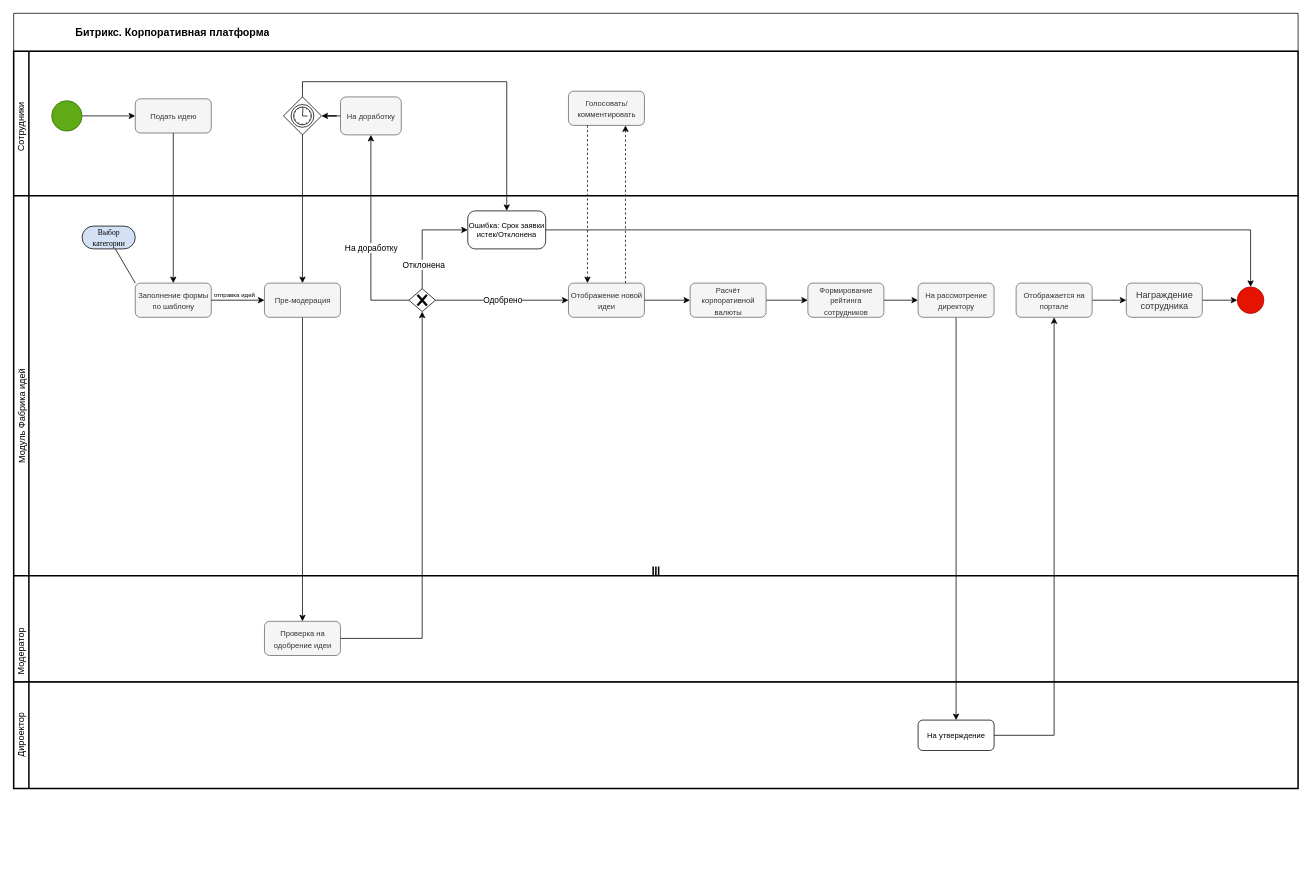
MissAzhara/hello-world keeps this draw.io diagram as page "Страница 3" (3 of 3) of Sign Up.drawio. Above is the earlier version. Source tidied: cells renumbered, new cells numbered last; positions are measured from the earlier drawing's top-left corner, leaving out a move shared by most shapes. Both pictures are drawn from the tidied source at 76%, with x=0, y=0 at pixel (-47, 13).
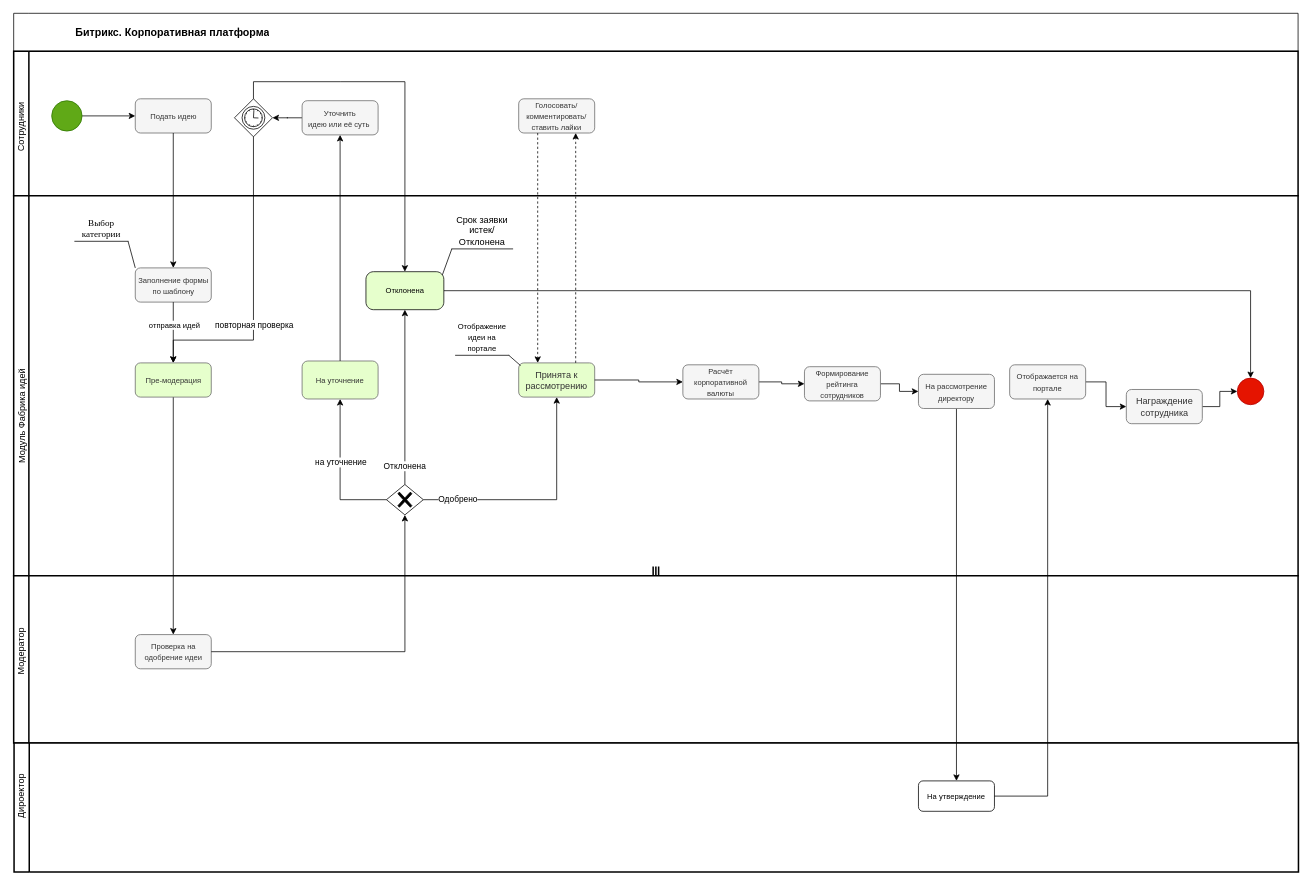
The same page after the edit.

The change refers to these unchanged cells:
```xml
<mxCell id="2" style="swimlane;html=1;startSize=20;fontStyle=0;horizontal=0;swimlaneLine=1;swimlaneFillColor=#ffffff;strokeWidth=2;whiteSpace=wrap;" parent="1" vertex="1">
  <mxGeometry x="79.5" y="50" width="1690" height="190" as="geometry" />
</mxCell>
<mxCell id="34" style="edgeStyle=orthogonalEdgeStyle;rounded=0;jettySize=auto;html=1;fontSize=8;entryX=0.5;entryY=1;entryDx=0;entryDy=0;exitX=0;exitY=0.5;exitDx=0;exitDy=0;exitPerimeter=0;" parent="1" edge="1" source="32" target="7">
  <mxGeometry relative="1" as="geometry" />
</mxCell>
```

Change to the diagram source:
```diff
@@
-    <mxCell id="7" value="&lt;span style=&quot;font-size: 10px;&quot;&gt;На доработку&lt;/span&gt;" style="rounded=1;whiteSpace=wrap;html=1;fontSize=12;glass=0;strokeWidth=1;shadow=0;fillColor=#f5f5f5;fontColor=#333333;strokeColor=#666666;" parent="2" vertex="1">
-      <mxGeometry x="430" y="60" width="80" height="50" as="geometry" />
-    </mxCell>
-    <mxCell id="8" style="points=[[0.145,0.145,0],[0.5,0,0],[0.855,0.145,0],[1,0.5,0],[0.855,0.855,0],[0.5,1,0],[0.145,0.855,0],[0,0.5,0]];shape=mxgraph.bpmn.gateway2;html=1;verticalLabelPosition=bottom;labelBackgroundColor=#ffffff;verticalAlign=top;align=center;perimeter=rhombusPerimeter;outlineConnect=0;outline=standard;symbol=timer;" parent="2" vertex="1">
-      <mxGeometry x="355" y="60" width="50" height="50" as="geometry" />
-    </mxCell>
-    <mxCell id="9" style="edgeStyle=orthogonalEdgeStyle;rounded=0;jettySize=auto;html=1;fontSize=10;exitX=0;exitY=0.5;exitDx=0;exitDy=0;" parent="2" edge="1" source="7" target="8">
-      <mxGeometry relative="1" as="geometry" />
-    </mxCell>
-    <mxCell id="10" value="&lt;font style=&quot;font-size: 10px;&quot;&gt;Голосовать/комментировать&lt;/font&gt;" style="rounded=1;whiteSpace=wrap;html=1;fontSize=12;glass=0;strokeWidth=1;shadow=0;fillColor=#f5f5f5;fontColor=#333333;strokeColor=#666666;" parent="2" vertex="1">
-      <mxGeometry x="730" y="52.5" width="100" height="45" as="geometry" />
+    <mxCell id="10" value="&lt;font style=&quot;font-size: 10px;&quot;&gt;Голосовать/комментировать/ставить лайки&lt;/font&gt;" style="rounded=1;whiteSpace=wrap;html=1;fontSize=12;glass=0;strokeWidth=1;shadow=0;fillColor=#f5f5f5;fontColor=#333333;strokeColor=#666666;" parent="2" vertex="1">
+      <mxGeometry x="664.5" y="62.5" width="100" height="45" as="geometry" />
     </mxCell>
@@
+    <mxCell id="8" style="points=[[0.145,0.145,0],[0.5,0,0],[0.855,0.145,0],[1,0.5,0],[0.855,0.855,0],[0.5,1,0],[0.145,0.855,0],[0,0.5,0]];shape=mxgraph.bpmn.gateway2;html=1;verticalLabelPosition=bottom;labelBackgroundColor=#ffffff;verticalAlign=top;align=center;perimeter=rhombusPerimeter;outlineConnect=0;outline=standard;symbol=timer;" parent="2" vertex="1">
+      <mxGeometry x="290.5" y="62.5" width="50" height="50" as="geometry" />
+    </mxCell>
+    <mxCell id="54" style="edgeStyle=orthogonalEdgeStyle;rounded=0;jettySize=auto;html=1;entryX=1;entryY=0.5;entryDx=0;entryDy=0;entryPerimeter=0;" parent="2" edge="1" source="55" target="8">
+      <mxGeometry relative="1" as="geometry" />
+    </mxCell>
+    <mxCell id="55" value="&lt;font style=&quot;font-size: 10px;&quot;&gt;Уточнить&lt;br&gt;идею или её суть&amp;nbsp;&lt;/font&gt;" style="rounded=1;whiteSpace=wrap;html=1;fontSize=12;glass=0;strokeWidth=1;shadow=0;fillColor=#f5f5f5;fontColor=#333333;strokeColor=#666666;" parent="2" vertex="1">
+      <mxGeometry x="379.5" y="65" width="100" height="45" as="geometry" />
+    </mxCell>
@@
     <mxCell id="14" style="swimlane;html=1;startSize=20;fontStyle=0;horizontal=0;swimlaneLine=1;swimlaneFillColor=#ffffff;strokeWidth=2;whiteSpace=wrap;" parent="1" vertex="1">
-      <mxGeometry x="79.5" y="740" width="1690" height="140" as="geometry" />
+      <mxGeometry x="79.5" y="740" width="1690" height="220" as="geometry" />
     </mxCell>
@@
     <mxCell id="16" value="&lt;font style=&quot;font-size: 10px;&quot;&gt;Проверка на одобрение идеи&lt;/font&gt;" style="rounded=1;whiteSpace=wrap;html=1;fontSize=12;glass=0;strokeWidth=1;shadow=0;fillColor=#f5f5f5;fontColor=#333333;strokeColor=#666666;" parent="14" vertex="1">
-      <mxGeometry x="330" y="60" width="100" height="45" as="geometry" />
+      <mxGeometry x="160" y="77.5" width="100" height="45" as="geometry" />
     </mxCell>
     <mxCell id="17" value="&lt;span style=&quot;font-size: 10px;&quot;&gt;Заполнение формы по шаблону&lt;br&gt;&lt;/span&gt;" style="rounded=1;whiteSpace=wrap;html=1;fontSize=12;glass=0;strokeWidth=1;shadow=0;fillColor=#f5f5f5;fontColor=#333333;strokeColor=#666666;" parent="1" vertex="1">
-      <mxGeometry x="239.5" y="355" width="100" height="45" as="geometry" />
+      <mxGeometry x="239.5" y="335" width="100" height="45" as="geometry" />
     </mxCell>
@@
-    <mxCell id="20" value="&lt;font style=&quot;font-size: 10px;&quot;&gt;Пре-модерация&lt;/font&gt;" style="rounded=1;whiteSpace=wrap;html=1;fontSize=12;glass=0;strokeWidth=1;shadow=0;fillColor=#f5f5f5;fontColor=#333333;strokeColor=#666666;" parent="1" vertex="1">
-      <mxGeometry x="409.5" y="355" width="100" height="45" as="geometry" />
+    <mxCell id="20" value="&lt;font style=&quot;font-size: 10px;&quot;&gt;Пре-модерация&lt;/font&gt;" style="rounded=1;whiteSpace=wrap;html=1;fontSize=12;glass=0;strokeWidth=1;shadow=0;fillColor=#E6FFCC;fontColor=#333333;strokeColor=#666666;" parent="1" vertex="1">
+      <mxGeometry x="239.5" y="460" width="100" height="45" as="geometry" />
     </mxCell>
@@
-    <mxCell id="22" value="отправка идей" style="edgeStyle=orthogonalEdgeStyle;rounded=0;jettySize=auto;html=1;fontSize=8;exitX=1;exitY=0.5;exitDx=0;exitDy=0;entryX=0;entryY=0.5;entryDx=0;entryDy=0;" parent="1" edge="1" source="17" target="20">
-      <mxGeometry x="-0.13" y="8" relative="1" as="geometry">
-        <mxPoint y="1" as="offset" />
-      </mxGeometry>
+    <mxCell id="22" value="&lt;font style=&quot;font-size: 10px;&quot;&gt;отправка идей&lt;/font&gt;" style="edgeStyle=orthogonalEdgeStyle;rounded=0;jettySize=auto;html=1;fontSize=8;exitX=0.5;exitY=1;exitDx=0;exitDy=0;entryX=0.5;entryY=0;entryDx=0;entryDy=0;" parent="1" edge="1" source="17" target="20">
+      <mxGeometry x="-0.25" y="1" relative="1" as="geometry" />
     </mxCell>
-    <mxCell id="23" value="&lt;font style=&quot;font-size: 10px;&quot;&gt;Отображение новой идеи&lt;/font&gt;" style="rounded=1;whiteSpace=wrap;html=1;fontSize=12;glass=0;strokeWidth=1;shadow=0;fillColor=#f5f5f5;fontColor=#333333;strokeColor=#666666;" parent="1" vertex="1">
-      <mxGeometry x="809.5" y="355" width="100" height="45" as="geometry" />
+    <mxCell id="23" value="Принята к рассмотрению" style="rounded=1;whiteSpace=wrap;html=1;fontSize=12;glass=0;strokeWidth=1;shadow=0;fillColor=#E6FFCC;fontColor=#333333;strokeColor=#666666;" parent="1" vertex="1">
+      <mxGeometry x="744" y="460" width="100" height="45" as="geometry" />
     </mxCell>
-    <mxCell id="24" style="edgeStyle=orthogonalEdgeStyle;rounded=0;jettySize=auto;html=1;entryX=0.5;entryY=0;entryDx=0;entryDy=0;" parent="1" edge="1" source="8" target="20">
-      <mxGeometry relative="1" as="geometry" />
+    <mxCell id="24" style="edgeStyle=orthogonalEdgeStyle;rounded=0;jettySize=auto;html=1;entryX=0.5;entryY=0;entryDx=0;entryDy=0;exitX=0.5;exitY=1;exitDx=0;exitDy=0;exitPerimeter=0;" parent="1" edge="1" source="8" target="20">
+      <mxGeometry relative="1" as="geometry">
+        <Array as="points">
+          <mxPoint x="395" y="430" />
+          <mxPoint x="290" y="430" />
+        </Array>
+      </mxGeometry>
     </mxCell>
+    <mxCell id="56" value="повторная проверка" style="edgeLabel;html=1;align=center;verticalAlign=middle;" parent="24" vertex="1">
+      <mxGeometry x="0.16" y="-1" relative="1" as="geometry">
+        <mxPoint x="1" y="13" as="offset" />
+      </mxGeometry>
+    </mxCell>
@@
     <mxCell id="27" style="swimlane;html=1;startSize=20;fontStyle=0;horizontal=0;swimlaneLine=1;swimlaneFillColor=#ffffff;strokeWidth=2;whiteSpace=wrap;" parent="1" vertex="1">
-      <mxGeometry x="79.5" y="880" width="1690" height="140" as="geometry" />
+      <mxGeometry x="80" y="960" width="1690" height="170" as="geometry" />
     </mxCell>
@@
     <mxCell id="30" value="Одобрено" style="edgeStyle=orthogonalEdgeStyle;rounded=0;jettySize=auto;html=1;" parent="1" edge="1" source="32" target="23">
-      <mxGeometry relative="1" as="geometry" />
+      <mxGeometry x="-0.71" relative="1" as="geometry" />
     </mxCell>
-    <mxCell id="31" value="Отклонена" style="edgeStyle=orthogonalEdgeStyle;rounded=0;jettySize=auto;html=1;entryX=0;entryY=0.5;entryDx=0;entryDy=0;entryPerimeter=0;exitX=0.5;exitY=0;exitDx=0;exitDy=0;exitPerimeter=0;" parent="1" edge="1" source="32" target="36">
-      <mxGeometry x="-0.53" y="-2" relative="1" as="geometry" />
+    <mxCell id="31" value="Отклонена" style="edgeStyle=orthogonalEdgeStyle;rounded=0;jettySize=auto;html=1;entryX=0.5;entryY=1;entryDx=0;entryDy=0;entryPerimeter=0;exitX=0.5;exitY=0;exitDx=0;exitDy=0;exitPerimeter=0;" parent="1" edge="1" source="32" target="36">
+      <mxGeometry x="-0.8" relative="1" as="geometry">
+        <mxPoint y="-1" as="offset" />
+      </mxGeometry>
     </mxCell>
     <mxCell id="32" style="points=[[0.25,0.25,0],[0.5,0,0],[0.75,0.25,0],[1,0.5,0],[0.75,0.75,0],[0.5,1,0],[0.25,0.75,0],[0,0.5,0]];shape=mxgraph.bpmn.gateway2;html=1;verticalLabelPosition=bottom;labelBackgroundColor=#ffffff;verticalAlign=top;align=center;perimeter=rhombusPerimeter;outlineConnect=0;outline=none;symbol=none;gwType=exclusive;" parent="1" vertex="1">
-      <mxGeometry x="599.5" y="362.5" width="35" height="30" as="geometry" />
+      <mxGeometry x="570" y="620" width="48.5" height="40" as="geometry" />
     </mxCell>
@@
-    <mxCell id="35" value="На доработку" style="edgeLabel;html=1;align=center;verticalAlign=middle;" parent="34" vertex="1">
-      <mxGeometry y="1" relative="1" as="geometry">
-        <mxPoint x="1" y="15" as="offset" />
-      </mxGeometry>
-    </mxCell>
+    <mxCell id="57" value="на уточнение" style="edgeLabel;html=1;align=center;verticalAlign=middle;" parent="34" vertex="1">
+      <mxGeometry x="0.19" y="2" relative="1" as="geometry">
+        <mxPoint x="2" y="4" as="offset" />
+      </mxGeometry>
+    </mxCell>
-    <mxCell id="36" value="Ошибка: Срок заявки истек/Отклонена" style="points=[[0.25,0,0],[0.5,0,0],[0.75,0,0],[1,0.25,0],[1,0.5,0],[1,0.75,0],[0.75,1,0],[0.5,1,0],[0.25,1,0],[0,0.75,0],[0,0.5,0],[0,0.25,0]];shape=mxgraph.bpmn.task;whiteSpace=wrap;rectStyle=rounded;size=10;html=1;taskMarker=abstract;fontSize=10;" parent="1" vertex="1">
-      <mxGeometry x="677" y="260" width="102.5" height="50" as="geometry" />
+    <mxCell id="36" value="Отклонена" style="points=[[0.25,0,0],[0.5,0,0],[0.75,0,0],[1,0.25,0],[1,0.5,0],[1,0.75,0],[0.75,1,0],[0.5,1,0],[0.25,1,0],[0,0.75,0],[0,0.5,0],[0,0.25,0]];shape=mxgraph.bpmn.task;whiteSpace=wrap;rectStyle=rounded;size=10;html=1;taskMarker=abstract;fontSize=10;fillColor=#E6FFCC;" parent="1" vertex="1">
+      <mxGeometry x="543" y="340" width="102.5" height="50" as="geometry" />
     </mxCell>
-    <mxCell id="37" style="edgeStyle=orthogonalEdgeStyle;rounded=0;jettySize=auto;html=1;entryX=0.5;entryY=0;entryDx=0;entryDy=0;entryPerimeter=0;" parent="1" edge="1" source="8" target="36">
+    <mxCell id="37" style="edgeStyle=orthogonalEdgeStyle;rounded=0;jettySize=auto;html=1;entryX=0.5;entryY=0;entryDx=0;entryDy=0;entryPerimeter=0;exitX=0.5;exitY=0;exitDx=0;exitDy=0;exitPerimeter=0;" parent="1" edge="1" source="8" target="36">
       <mxGeometry relative="1" as="geometry">
         <Array as="points">
-          <mxPoint x="460" y="90" />
+          <mxPoint x="510" y="90" />
           <mxPoint x="728" y="90" />
         </Array>
       </mxGeometry>
     </mxCell>
@@
     <mxCell id="39" value="&lt;font style=&quot;font-size: 10px;&quot;&gt;Расчёт корпоративной валюты&lt;/font&gt;" style="rounded=1;whiteSpace=wrap;html=1;fontSize=12;glass=0;strokeWidth=1;shadow=0;fillColor=#f5f5f5;fontColor=#333333;strokeColor=#666666;" parent="1" vertex="1">
-      <mxGeometry x="969.5" y="355" width="100" height="45" as="geometry" />
+      <mxGeometry x="960" y="462.5" width="100" height="45" as="geometry" />
     </mxCell>
     <mxCell id="40" style="points=[[0.145,0.145,0],[0.5,0,0],[0.855,0.145,0],[1,0.5,0],[0.855,0.855,0],[0.5,1,0],[0.145,0.855,0],[0,0.5,0]];shape=mxgraph.bpmn.event;html=1;verticalLabelPosition=bottom;labelBackgroundColor=#ffffff;verticalAlign=top;align=center;perimeter=ellipsePerimeter;outlineConnect=0;outline=standard;symbol=general;fillColor=#e51400;fontColor=#ffffff;strokeColor=#B20000;" parent="1" vertex="1">
-      <mxGeometry x="1689.5" y="360" width="35" height="35" as="geometry" />
+      <mxGeometry x="1689.5" y="480" width="35" height="35" as="geometry" />
     </mxCell>
@@
     <mxCell id="44" value="&lt;font style=&quot;font-size: 10px;&quot;&gt;Формирование рейтинга сотрудников&lt;/font&gt;" style="rounded=1;whiteSpace=wrap;html=1;fontSize=12;glass=0;strokeWidth=1;shadow=0;fillColor=#f5f5f5;fontColor=#333333;strokeColor=#666666;" parent="1" vertex="1">
-      <mxGeometry x="1124.5" y="355" width="100" height="45" as="geometry" />
+      <mxGeometry x="1120" y="465" width="100" height="45" as="geometry" />
     </mxCell>
@@
     <mxCell id="46" value="&lt;font style=&quot;font-size: 10px;&quot;&gt;На рассмотрение директору&lt;/font&gt;" style="rounded=1;whiteSpace=wrap;html=1;fontSize=12;glass=0;strokeWidth=1;shadow=0;fillColor=#f5f5f5;fontColor=#333333;strokeColor=#666666;" parent="1" vertex="1">
-      <mxGeometry x="1269.5" y="355" width="100" height="45" as="geometry" />
+      <mxGeometry x="1270" y="475" width="100" height="45" as="geometry" />
     </mxCell>
@@
     <mxCell id="48" value="&lt;font style=&quot;font-size: 10px;&quot;&gt;Отображается на портале&lt;/font&gt;" style="rounded=1;whiteSpace=wrap;html=1;fontSize=12;glass=0;strokeWidth=1;shadow=0;fillColor=#f5f5f5;fontColor=#333333;strokeColor=#666666;" parent="1" vertex="1">
-      <mxGeometry x="1398.5" y="355" width="100" height="45" as="geometry" />
+      <mxGeometry x="1390" y="462.5" width="100" height="45" as="geometry" />
     </mxCell>
@@
     <mxCell id="51" value="Награждение сотрудника" style="rounded=1;whiteSpace=wrap;html=1;fontSize=12;glass=0;strokeWidth=1;shadow=0;fillColor=#f5f5f5;fontColor=#333333;strokeColor=#666666;" parent="1" vertex="1">
-      <mxGeometry x="1543.5" y="355" width="100" height="45" as="geometry" />
+      <mxGeometry x="1543.5" y="495" width="100" height="45" as="geometry" />
     </mxCell>
-    <mxCell id="52" value="&lt;font face=&quot;Times New Roman&quot; style=&quot;font-size: 10px;&quot;&gt;Выбор категории&lt;/font&gt;" style="whiteSpace=wrap;html=1;rounded=1;arcSize=50;align=center;verticalAlign=middle;strokeWidth=1;spacing=4;newEdgeStyle={&quot;edgeStyle&quot;:&quot;entityRelationEdgeStyle&quot;,&quot;startArrow&quot;:&quot;none&quot;,&quot;endArrow&quot;:&quot;none&quot;,&quot;segment&quot;:10,&quot;curved&quot;:1,&quot;sourcePerimeterSpacing&quot;:0,&quot;targetPerimeterSpacing&quot;:0};fillColor=#D4E1F5;" parent="1" vertex="1">
-      <mxGeometry x="169.5" y="280" width="70" height="30" as="geometry" />
+    <mxCell id="52" value="&lt;font face=&quot;Times New Roman&quot;&gt;Выбор категории&lt;/font&gt;" style="whiteSpace=wrap;html=1;shape=partialRectangle;top=0;left=0;bottom=1;right=0;points=[[0,1],[1,1]];fillColor=none;align=center;verticalAlign=bottom;routingCenterY=0.5;snapToPoint=1;newEdgeStyle={&quot;edgeStyle&quot;:&quot;entityRelationEdgeStyle&quot;,&quot;startArrow&quot;:&quot;none&quot;,&quot;endArrow&quot;:&quot;none&quot;,&quot;segment&quot;:10,&quot;curved&quot;:1,&quot;sourcePerimeterSpacing&quot;:0,&quot;targetPerimeterSpacing&quot;:0};" parent="1" vertex="1">
+      <mxGeometry x="160" y="270" width="70" height="30" as="geometry" />
     </mxCell>
@@
+    <mxCell id="58" value="Срок заявки истек/Отклонена" style="whiteSpace=wrap;html=1;shape=partialRectangle;top=0;left=0;bottom=1;right=0;points=[[0,1],[1,1]];fillColor=none;align=center;verticalAlign=bottom;routingCenterY=0.5;snapToPoint=1;newEdgeStyle={&quot;edgeStyle&quot;:&quot;entityRelationEdgeStyle&quot;,&quot;startArrow&quot;:&quot;none&quot;,&quot;endArrow&quot;:&quot;none&quot;,&quot;segment&quot;:10,&quot;curved&quot;:1,&quot;sourcePerimeterSpacing&quot;:0,&quot;targetPerimeterSpacing&quot;:0};" parent="1" vertex="1">
+      <mxGeometry x="656" y="280" width="80" height="30" as="geometry" />
+    </mxCell>
+    <mxCell id="59" style="startArrow=none;endArrow=none;segment=10;sourcePerimeterSpacing=0;targetPerimeterSpacing=0;rounded=0;exitX=0.982;exitY=0.08;exitDx=0;exitDy=0;exitPerimeter=0;" parent="1" edge="1" source="36" target="58">
+      <mxGeometry relative="1" as="geometry" />
+    </mxCell>
+    <mxCell id="7" value="&lt;span style=&quot;font-size: 10px;&quot;&gt;На уточнение&lt;/span&gt;" style="rounded=1;whiteSpace=wrap;html=1;fontSize=12;glass=0;strokeWidth=1;shadow=0;fillColor=#E6FFCC;fontColor=#333333;strokeColor=#666666;" parent="1" vertex="1">
+      <mxGeometry x="459" y="457.5" width="100" height="50" as="geometry" />
+    </mxCell>
+    <mxCell id="9" style="edgeStyle=orthogonalEdgeStyle;rounded=0;jettySize=auto;html=1;fontSize=10;exitX=0.5;exitY=0;exitDx=0;exitDy=0;entryX=0.5;entryY=1;entryDx=0;entryDy=0;" parent="1" edge="1" source="7" target="55">
+      <mxGeometry relative="1" as="geometry" />
+    </mxCell>
+    <mxCell id="60" value="&lt;font style=&quot;font-size: 10px;&quot;&gt;Отображение идеи на портале&lt;/font&gt;" style="whiteSpace=wrap;html=1;shape=partialRectangle;top=0;left=0;bottom=1;right=0;points=[[0,1],[1,1]];fillColor=none;align=center;verticalAlign=bottom;routingCenterY=0.5;snapToPoint=1;newEdgeStyle={&quot;edgeStyle&quot;:&quot;entityRelationEdgeStyle&quot;,&quot;startArrow&quot;:&quot;none&quot;,&quot;endArrow&quot;:&quot;none&quot;,&quot;segment&quot;:10,&quot;curved&quot;:1,&quot;sourcePerimeterSpacing&quot;:0,&quot;targetPerimeterSpacing&quot;:0};" parent="1" vertex="1" collapsed="1">
+      <mxGeometry x="661" y="420" width="70" height="30" as="geometry" />
+    </mxCell>
+    <mxCell id="61" style="startArrow=none;endArrow=none;segment=10;sourcePerimeterSpacing=0;targetPerimeterSpacing=0;rounded=0;exitX=0.025;exitY=0.079;exitDx=0;exitDy=0;exitPerimeter=0;" parent="1" edge="1" source="23" target="60">
+      <mxGeometry relative="1" as="geometry" />
+    </mxCell>
```
